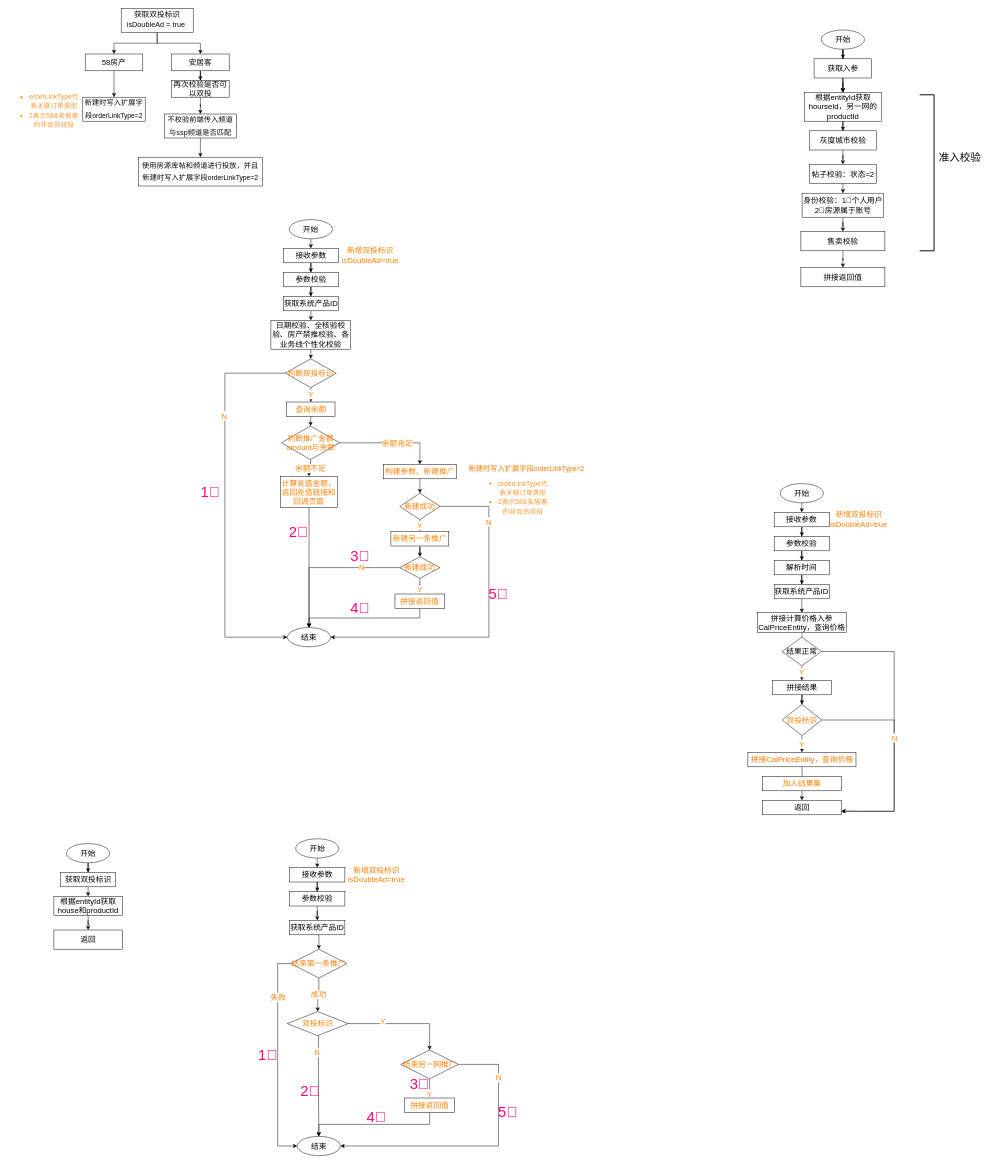
Before: Untitled Diagram.drawio in wx141/draw, a draw.io diagram. Source tidied: cells renumbered, new cells numbered last; positions are measured from the earlier drawing's top-left corner, leaving out a move shared by most shapes. Both pictures are drawn from the tidied source at 48%, with x=0, y=0 at pixel (8, 8).
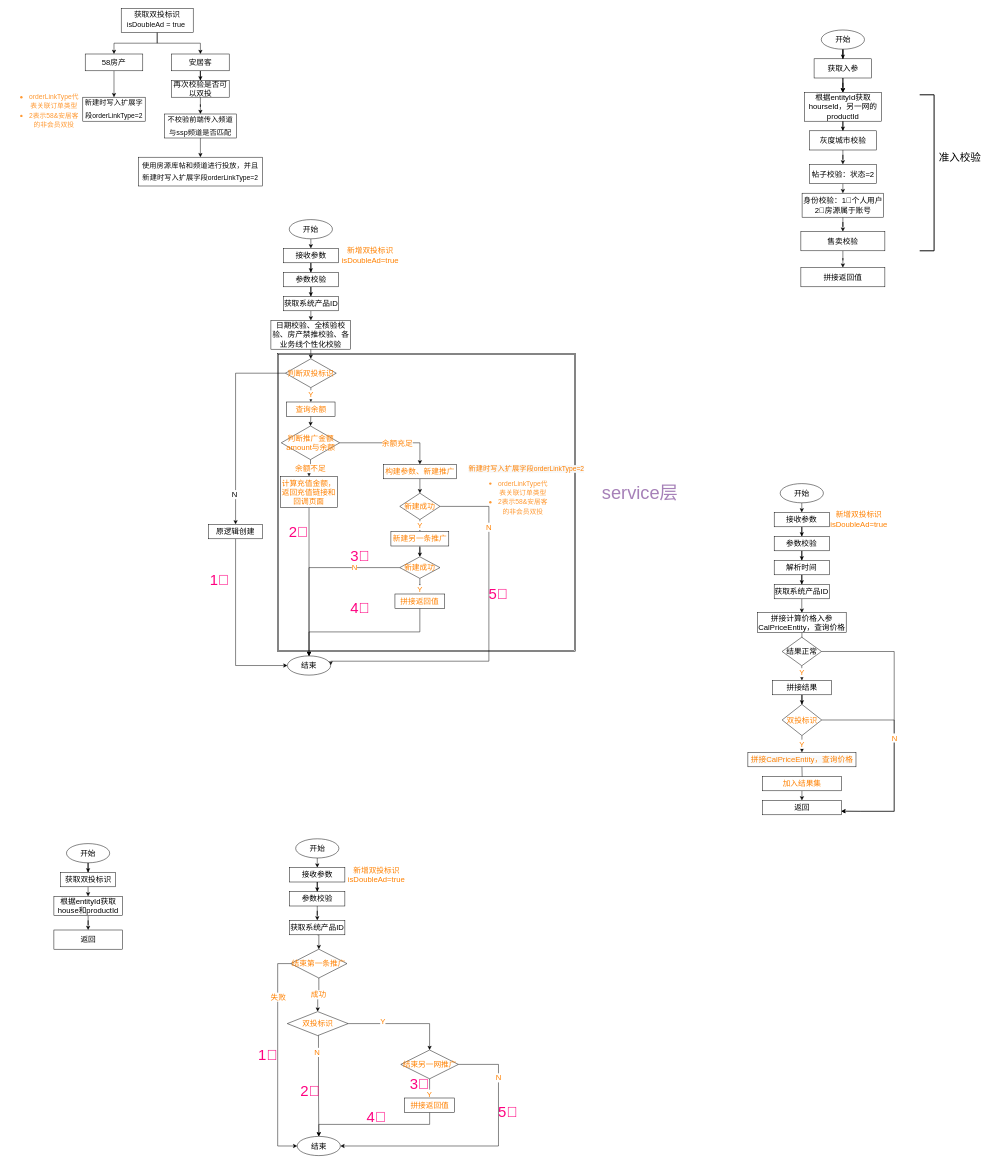
The same diagram, later.

The change refers to these unchanged cells:
```xml
<mxCell id="76" value="判断双投标识" style="rhombus;whiteSpace=wrap;html=1;rounded=0;fontSize=16;fontColor=#FF8000;" parent="1" vertex="1">
  <mxGeometry x="577.1" y="730" width="105.9" height="60" as="geometry" />
</mxCell>
<mxCell id="89" value="新建成功" style="rhombus;whiteSpace=wrap;html=1;rounded=0;fontSize=16;fontColor=#FF8000;" parent="1" vertex="1">
  <mxGeometry x="815.4" y="1010" width="83.8" height="55" as="geometry" />
</mxCell>
<mxCell id="99" value="拼接返回值" style="whiteSpace=wrap;html=1;rounded=0;fontSize=16;fontColor=#FF8000;" parent="1" vertex="1">
  <mxGeometry x="805.3" y="1220" width="103.8" height="30" as="geometry" />
</mxCell>
```

What changed in the source:
```diff
@@
+    <mxCell id="143" style="shape=ext;double=1;whiteSpace=wrap;html=1;fontSize=16;fontColor=#000000;spacing=1;labelBorderColor=none;labelBackgroundColor=none;" parent="1" vertex="1">
+      <mxGeometry x="561" y="719.5" width="620.5" height="620.5" as="geometry" />
+    </mxCell>
@@
-    <mxCell id="74" style="edgeStyle=orthogonalEdgeStyle;rounded=0;jettySize=auto;html=1;exitX=0;exitY=0.5;exitDx=0;exitDy=0;entryX=0;entryY=0.5;entryDx=0;entryDy=0;fontSize=16;fontColor=#FF8000;" parent="1" edge="1" source="76" target="92">
-      <mxGeometry relative="1" as="geometry">
-        <Array as="points">
-          <mxPoint x="451" y="760" />
-          <mxPoint x="451" y="1310" />
-        </Array>
-      </mxGeometry>
-    </mxCell>
+    <mxCell id="144" style="edgeStyle=orthogonalEdgeStyle;rounded=0;jettySize=auto;html=1;fontSize=16;fontColor=#FF8000;" parent="1" edge="1" source="76" target="146">
+      <mxGeometry relative="1" as="geometry" />
+    </mxCell>
-    <mxCell id="75" value="N" style="edgeLabel;html=1;align=center;verticalAlign=middle;fontSize=16;fontColor=#FF8000;" parent="74" vertex="1">
-      <mxGeometry x="-0.04" y="-2" relative="1" as="geometry">
-        <mxPoint y="-172.9" as="offset" />
-      </mxGeometry>
+    <mxCell id="75" value="N" style="edgeLabel;html=1;align=center;verticalAlign=middle;fontSize=16;fontColor=#000000;" parent="144" vertex="1">
+      <mxGeometry x="0.7" y="-3" relative="1" as="geometry" />
     </mxCell>
@@
     <mxCell id="88" value="N" style="edgeStyle=orthogonalEdgeStyle;rounded=0;jettySize=auto;html=1;exitX=1;exitY=0.5;exitDx=0;exitDy=0;entryX=1;entryY=0.5;entryDx=0;entryDy=0;fontSize=16;fontColor=#FF8000;" parent="1" edge="1" source="89" target="92">
       <mxGeometry x="-0.62" relative="1" as="geometry">
         <Array as="points">
-          <mxPoint x="1001" y="1038" />
-          <mxPoint x="1001" y="1310" />
+          <mxPoint x="1001" y="1037" />
+          <mxPoint x="1001" y="1360" />
+          <mxPoint x="671" y="1360" />
         </Array>
       </mxGeometry>
     </mxCell>
@@
     <mxCell id="92" value="结束" style="ellipse;whiteSpace=wrap;html=1;fontSize=16;fontColor=#000000;" parent="1" vertex="1">
-      <mxGeometry x="581.3" y="1290" width="90" height="40" as="geometry" />
+      <mxGeometry x="581.3" y="1349" width="90" height="40" as="geometry" />
     </mxCell>
@@
     <mxCell id="98" style="edgeStyle=orthogonalEdgeStyle;rounded=0;jettySize=auto;html=1;exitX=0.5;exitY=1;exitDx=0;exitDy=0;entryX=0.5;entryY=0;entryDx=0;entryDy=0;fontSize=16;fontColor=#FF8000;" parent="1" edge="1" source="99" target="92">
-      <mxGeometry relative="1" as="geometry" />
+      <mxGeometry relative="1" as="geometry">
+        <Array as="points">
+          <mxPoint x="857" y="1299" />
+          <mxPoint x="626" y="1299" />
+        </Array>
+      </mxGeometry>
     </mxCell>
@@
     <mxCell id="102" value="1⃣️" style="text;html=1;strokeColor=none;fillColor=none;align=center;verticalAlign=middle;whiteSpace=wrap;rounded=0;fontSize=31;fontColor=#FF0080;" parent="1" vertex="1">
-      <mxGeometry x="401" y="997.5" width="40" height="20" as="geometry" />
+      <mxGeometry x="420" y="1180" width="40" height="20" as="geometry" />
     </mxCell>
@@
+    <mxCell id="145" style="edgeStyle=orthogonalEdgeStyle;rounded=0;jettySize=auto;html=1;exitX=0.5;exitY=1;exitDx=0;exitDy=0;entryX=0;entryY=0.5;entryDx=0;entryDy=0;fontSize=16;fontColor=#000000;" parent="1" edge="1" source="146" target="92">
+      <mxGeometry relative="1" as="geometry" />
+    </mxCell>
+    <mxCell id="146" value="原逻辑创建" style="whiteSpace=wrap;html=1;rounded=0;fontSize=16;" parent="1" vertex="1">
+      <mxGeometry x="417.4" y="1075" width="111.8" height="30" as="geometry" />
+    </mxCell>
+    <mxCell id="147" value="service层" style="text;html=1;strokeColor=none;fillColor=none;align=center;verticalAlign=middle;whiteSpace=wrap;rounded=0;fontSize=38;fontColor=#A680B8;" parent="1" vertex="1">
+      <mxGeometry x="1221" y="1000" width="190" height="20" as="geometry" />
+    </mxCell>
```
